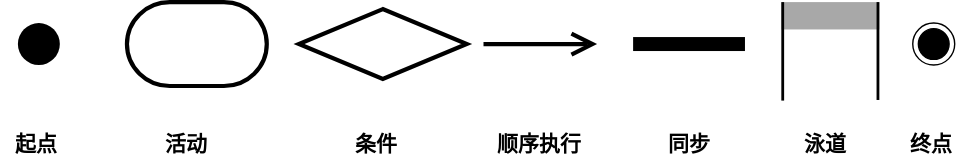
The draw.io diagram 活动图示例.drawio.svg in hollson/pm, before a commit. Source tidied: cells renumbered, new cells last; positions are measured from the earlier drawing's top-left corner, leaving out a move shared by most shapes.
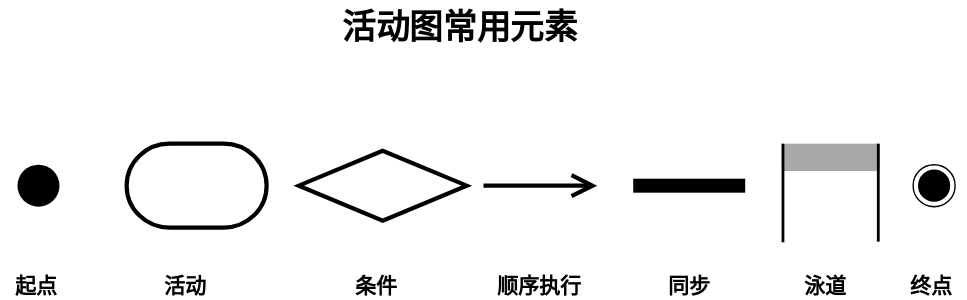
Later version of the same file.

Commit message:
更新活动图示例.drawio.svg

Change to the diagram source:
```diff
@@ -56,5 +56,8 @@
     <mxCell id="18" value="泳道" style="text;html=1;align=center;verticalAlign=middle;fillColor=none;strokeColor=none;rounded=0;fontStyle=1;fontSize=15;" parent="1" vertex="1">
       <mxGeometry x="564" y="91" width="50" height="20" as="geometry" />
     </mxCell>
+    <mxCell id="19" value="活动图常用元素" style="text;strokeColor=none;fillColor=none;html=1;fontSize=24;fontStyle=1;verticalAlign=middle;align=center;rounded=1;shadow=0;fontFamily=Helvetica;fontColor=default;" parent="1" vertex="1">
+      <mxGeometry x="278" y="-102" width="100" height="40" as="geometry" />
+    </mxCell>
   </root>
 </mxGraphModel>
```
